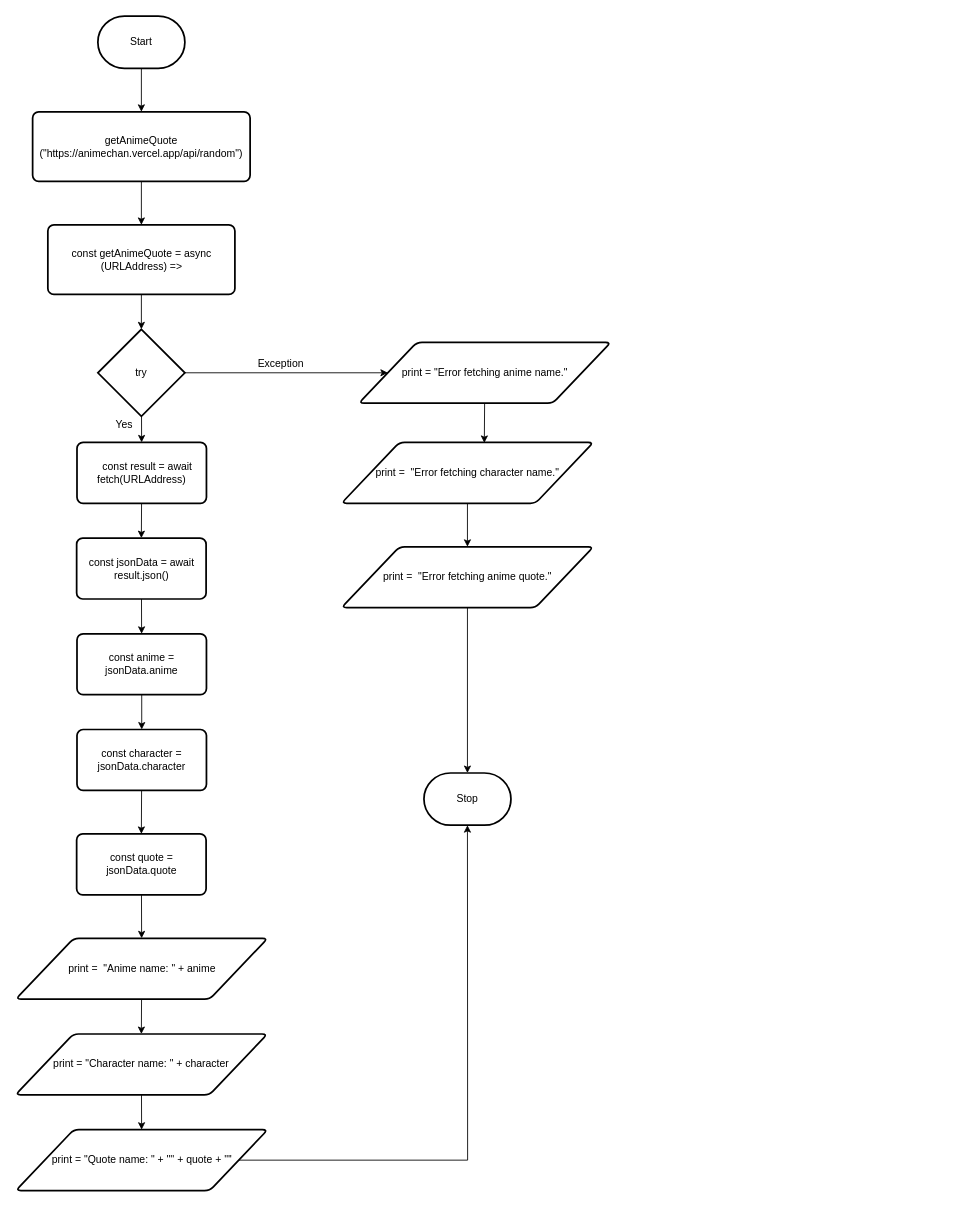
Before: design/flow-chart.drawio in Kenny-Le-281/ICS2O-Assignment-06-JS, a draw.io diagram. Source tidied: cells renumbered, new cells numbered last; positions are measured from the earlier drawing's top-left corner, leaving out a move shared by most shapes. Both pictures are drawn from the tidied source at 87%, with x=0, y=0 at pixel (15, 16).
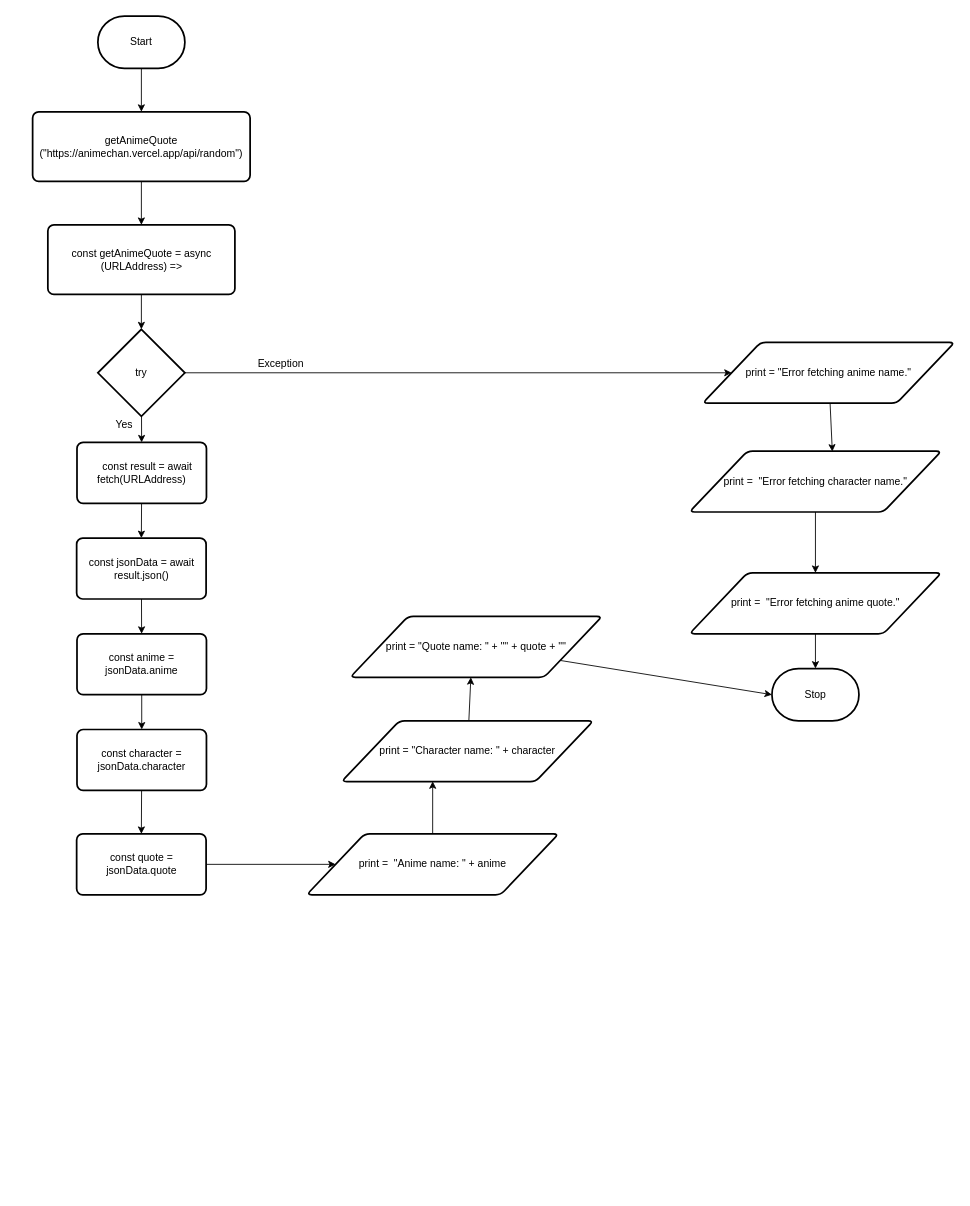
The same page after the edit.

Change to the diagram source:
```diff
@@
-    <mxCell id="21" style="edgeStyle=none;html=1;entryX=0.5;entryY=0;entryDx=0;entryDy=0;" parent="1" edge="1" source="22" target="24">
+    <mxCell id="21" style="edgeStyle=none;rounded=0;html=1;entryX=0.362;entryY=0.994;entryDx=0;entryDy=0;entryPerimeter=0;" parent="1" edge="1" source="22" target="24">
       <mxGeometry relative="1" as="geometry" />
     </mxCell>
     <mxCell id="22" value="print =&amp;nbsp;&amp;nbsp;&quot;Anime name: &quot; + anime" style="shape=parallelogram;html=1;strokeWidth=2;perimeter=parallelogramPerimeter;whiteSpace=wrap;rounded=1;arcSize=12;size=0.23;" parent="1" vertex="1">
-      <mxGeometry x="0.6" y="1060" width="289.6" height="70" as="geometry" />
+      <mxGeometry x="335" y="940" width="289.6" height="70" as="geometry" />
     </mxCell>
-    <mxCell id="23" style="edgeStyle=none;html=1;" parent="1" edge="1" source="24" target="26">
+    <mxCell id="23" style="edgeStyle=none;rounded=0;html=1;entryX=0.479;entryY=1;entryDx=0;entryDy=0;entryPerimeter=0;" parent="1" edge="1" source="24" target="26">
       <mxGeometry relative="1" as="geometry" />
     </mxCell>
     <mxCell id="24" value="print = &quot;Character name: &quot; + character" style="shape=parallelogram;html=1;strokeWidth=2;perimeter=parallelogramPerimeter;whiteSpace=wrap;rounded=1;arcSize=12;size=0.23;" parent="1" vertex="1">
-      <mxGeometry x="0.2" y="1170" width="289.6" height="70" as="geometry" />
+      <mxGeometry x="375" y="810" width="289.6" height="70" as="geometry" />
     </mxCell>
-    <mxCell id="25" style="edgeStyle=none;html=1;entryX=0.5;entryY=1;entryDx=0;entryDy=0;entryPerimeter=0;rounded=0;" parent="1" edge="1" source="26" target="35">
-      <mxGeometry relative="1" as="geometry">
-        <Array as="points">
-          <mxPoint x="520" y="1315" />
-        </Array>
-      </mxGeometry>
+    <mxCell id="25" style="edgeStyle=none;rounded=0;html=1;entryX=0;entryY=0.5;entryDx=0;entryDy=0;entryPerimeter=0;" parent="1" edge="1" source="26" target="35">
+      <mxGeometry relative="1" as="geometry" />
     </mxCell>
     <mxCell id="26" value="print =&amp;nbsp;&quot;Quote name: &quot; + '&quot;' + quote + '&quot;'" style="shape=parallelogram;html=1;strokeWidth=2;perimeter=parallelogramPerimeter;whiteSpace=wrap;rounded=1;arcSize=12;size=0.23;" parent="1" vertex="1">
-      <mxGeometry x="0.6" y="1280" width="289.6" height="70" as="geometry" />
+      <mxGeometry x="385" y="690" width="289.6" height="70" as="geometry" />
     </mxCell>
@@
     <mxCell id="29" value="print = &quot;Error fetching anime name.&quot;" style="shape=parallelogram;html=1;strokeWidth=2;perimeter=parallelogramPerimeter;whiteSpace=wrap;rounded=1;arcSize=12;size=0.23;" parent="1" vertex="1">
-      <mxGeometry x="395" y="375" width="289.6" height="70" as="geometry" />
+      <mxGeometry x="790.2" y="375" width="289.6" height="70" as="geometry" />
     </mxCell>
@@
     <mxCell id="31" value="print =&amp;nbsp;&amp;nbsp;&quot;Error fetching character name.&quot;" style="shape=parallelogram;html=1;strokeWidth=2;perimeter=parallelogramPerimeter;whiteSpace=wrap;rounded=1;arcSize=12;size=0.23;" parent="1" vertex="1">
-      <mxGeometry x="375" y="490" width="289.6" height="70" as="geometry" />
+      <mxGeometry x="775" y="500" width="289.6" height="70" as="geometry" />
     </mxCell>
@@
     <mxCell id="33" value="print =&amp;nbsp;&amp;nbsp;&quot;Error fetching anime quote.&quot;" style="shape=parallelogram;html=1;strokeWidth=2;perimeter=parallelogramPerimeter;whiteSpace=wrap;rounded=1;arcSize=12;size=0.23;" parent="1" vertex="1">
-      <mxGeometry x="375" y="610" width="289.6" height="70" as="geometry" />
+      <mxGeometry x="775" y="640" width="289.6" height="70" as="geometry" />
     </mxCell>
@@
     <mxCell id="35" value="Stop" style="strokeWidth=2;html=1;shape=mxgraph.flowchart.terminator;whiteSpace=wrap;" parent="1" vertex="1">
-      <mxGeometry x="469.8" y="870" width="100" height="60" as="geometry" />
+      <mxGeometry x="869.8" y="750" width="100" height="60" as="geometry" />
     </mxCell>
```
